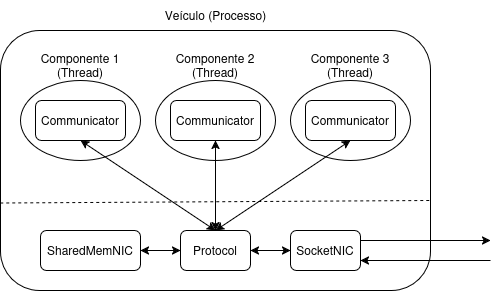
Above: doc/veiculo.png in Vitor-Calegari/sistemas-operacionais-II (draw.io), before the change. Source tidied: cells renumbered, new cells last; positions are measured from the earlier drawing's top-left corner, leaving out a move shared by most shapes. Its diagram source:
```xml
<mxGraphModel>
  <root>
    <mxCell id="0" />
    <mxCell id="1" parent="0" />
    <mxCell id="2" style="rounded=1;whiteSpace=wrap;html=1;" parent="1" vertex="1">
      <mxGeometry y="30" width="430" height="260" as="geometry" />
    </mxCell>
    <mxCell id="3" style="ellipse;whiteSpace=wrap;html=1;" parent="1" vertex="1">
      <mxGeometry x="20" y="80" width="120" height="80" as="geometry" />
    </mxCell>
    <mxCell id="4" value="Veículo (Processo)" style="text;html=1;align=center;verticalAlign=middle;whiteSpace=wrap;rounded=0;" parent="1" vertex="1">
      <mxGeometry x="162.5" width="105" height="30" as="geometry" />
    </mxCell>
    <mxCell id="5" value="Protocol" style="rounded=1;whiteSpace=wrap;html=1;" parent="1" vertex="1">
      <mxGeometry x="180" y="230" width="70" height="40" as="geometry" />
    </mxCell>
    <mxCell id="6" value="SocketNIC" style="rounded=1;whiteSpace=wrap;html=1;" parent="1" vertex="1">
      <mxGeometry x="290" y="230" width="70" height="40" as="geometry" />
    </mxCell>
    <mxCell id="7" value="SharedMemNIC" style="rounded=1;whiteSpace=wrap;html=1;" parent="1" vertex="1">
      <mxGeometry x="40" y="230" width="100" height="40" as="geometry" />
    </mxCell>
    <mxCell id="8" value="Communicator" style="rounded=1;whiteSpace=wrap;html=1;" parent="1" vertex="1">
      <mxGeometry x="35" y="100" width="90" height="40" as="geometry" />
    </mxCell>
    <mxCell id="9" value="Componente 1 (Thread)" style="text;html=1;align=center;verticalAlign=middle;whiteSpace=wrap;rounded=0;" parent="1" vertex="1">
      <mxGeometry x="35" y="50" width="90" height="30" as="geometry" />
    </mxCell>
    <mxCell id="10" style="ellipse;whiteSpace=wrap;html=1;" parent="1" vertex="1">
      <mxGeometry x="155" y="80" width="120" height="80" as="geometry" />
    </mxCell>
    <mxCell id="11" value="Communicator" style="rounded=1;whiteSpace=wrap;html=1;" parent="1" vertex="1">
      <mxGeometry x="170" y="100" width="90" height="40" as="geometry" />
    </mxCell>
    <mxCell id="12" value="Componente 2 (Thread)" style="text;html=1;align=center;verticalAlign=middle;whiteSpace=wrap;rounded=0;" parent="1" vertex="1">
      <mxGeometry x="170" y="50" width="90" height="30" as="geometry" />
    </mxCell>
    <mxCell id="13" style="ellipse;whiteSpace=wrap;html=1;" parent="1" vertex="1">
      <mxGeometry x="290" y="80" width="120" height="80" as="geometry" />
    </mxCell>
    <mxCell id="14" value="Communicator" style="rounded=1;whiteSpace=wrap;html=1;" parent="1" vertex="1">
      <mxGeometry x="305" y="100" width="90" height="40" as="geometry" />
    </mxCell>
    <mxCell id="15" value="Componente 3 (Thread)" style="text;html=1;align=center;verticalAlign=middle;whiteSpace=wrap;rounded=0;" parent="1" vertex="1">
      <mxGeometry x="305" y="50" width="90" height="30" as="geometry" />
    </mxCell>
    <mxCell id="16" style="endArrow=classic;startArrow=classic;html=1;rounded=0;entryX=0.5;entryY=1;entryDx=0;entryDy=0;exitX=0.5;exitY=0;exitDx=0;exitDy=0;" parent="1" edge="1" source="5" target="8">
      <mxGeometry relative="1" as="geometry" />
    </mxCell>
    <mxCell id="17" style="endArrow=classic;startArrow=classic;html=1;rounded=0;entryX=0.5;entryY=1;entryDx=0;entryDy=0;exitX=0.5;exitY=0;exitDx=0;exitDy=0;" parent="1" edge="1" source="5" target="11">
      <mxGeometry relative="1" as="geometry" />
    </mxCell>
    <mxCell id="18" style="endArrow=classic;startArrow=classic;html=1;rounded=0;entryX=0.5;entryY=1;entryDx=0;entryDy=0;exitX=0.5;exitY=0;exitDx=0;exitDy=0;" parent="1" edge="1" source="5" target="14">
      <mxGeometry relative="1" as="geometry" />
    </mxCell>
    <mxCell id="19" style="endArrow=none;dashed=1;html=1;rounded=0;entryX=0.999;entryY=0.619;entryDx=0;entryDy=0;entryPerimeter=0;exitX=-0.002;exitY=0.628;exitDx=0;exitDy=0;exitPerimeter=0;" parent="1" edge="1">
      <mxGeometry relative="1" as="geometry">
        <mxPoint x="-0.2" y="202.5" as="sourcePoint" />
        <mxPoint x="430.2" y="200" as="targetPoint" />
      </mxGeometry>
    </mxCell>
    <mxCell id="20" style="endArrow=classic;startArrow=classic;html=1;rounded=0;entryX=0;entryY=0.5;entryDx=0;entryDy=0;exitX=1;exitY=0.5;exitDx=0;exitDy=0;" parent="1" edge="1" source="7" target="5">
      <mxGeometry relative="1" as="geometry" />
    </mxCell>
    <mxCell id="21" style="endArrow=classic;startArrow=classic;html=1;rounded=0;entryX=1;entryY=0.5;entryDx=0;entryDy=0;exitX=0;exitY=0.5;exitDx=0;exitDy=0;" parent="1" edge="1" source="6" target="5">
      <mxGeometry relative="1" as="geometry" />
    </mxCell>
    <mxCell id="22" style="endArrow=classic;html=1;rounded=0;exitX=1;exitY=0.25;exitDx=0;exitDy=0;" parent="1" edge="1" source="6">
      <mxGeometry relative="1" as="geometry">
        <mxPoint x="490" y="240" as="targetPoint" />
      </mxGeometry>
    </mxCell>
    <mxCell id="23" style="endArrow=classic;html=1;rounded=0;entryX=1;entryY=0.75;entryDx=0;entryDy=0;" parent="1" edge="1" target="6">
      <mxGeometry relative="1" as="geometry">
        <mxPoint x="490" y="260" as="sourcePoint" />
      </mxGeometry>
    </mxCell>
  </root>
</mxGraphModel>
```
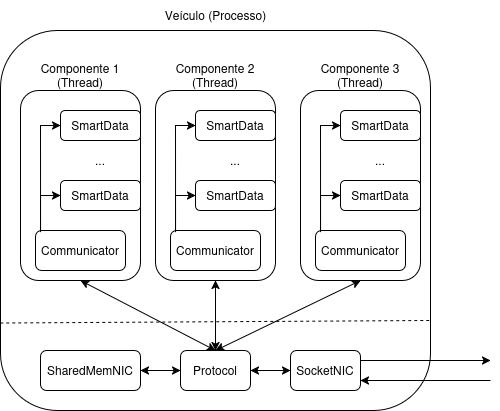
Later version of the same file.

Commit message:
Adiciona print de debug e atualiza png do veiculo

The edit, as a diff of the source:
```diff
@@ -3,13 +3,13 @@
     <mxCell id="0" />
     <mxCell id="1" parent="0" />
     <mxCell id="2" style="rounded=1;whiteSpace=wrap;html=1;" parent="1" vertex="1">
-      <mxGeometry y="30" width="430" height="260" as="geometry" />
+      <mxGeometry y="-90" width="430" height="380" as="geometry" />
     </mxCell>
-    <mxCell id="3" style="ellipse;whiteSpace=wrap;html=1;" parent="1" vertex="1">
-      <mxGeometry x="20" y="80" width="120" height="80" as="geometry" />
-    </mxCell>
+    <mxCell id="24" style="rounded=1;whiteSpace=wrap;html=1;" parent="1" vertex="1">
+      <mxGeometry x="20" y="-30" width="120" height="190" as="geometry" />
+    </mxCell>
     <mxCell id="4" value="Veículo (Processo)" style="text;html=1;align=center;verticalAlign=middle;whiteSpace=wrap;rounded=0;" parent="1" vertex="1">
-      <mxGeometry x="162.5" width="105" height="30" as="geometry" />
+      <mxGeometry x="162.5" y="-120" width="105" height="30" as="geometry" />
     </mxCell>
     <mxCell id="5" value="Protocol" style="rounded=1;whiteSpace=wrap;html=1;" parent="1" vertex="1">
       <mxGeometry x="180" y="230" width="70" height="40" as="geometry" />
@@ -20,37 +20,33 @@
     <mxCell id="7" value="SharedMemNIC" style="rounded=1;whiteSpace=wrap;html=1;" parent="1" vertex="1">
       <mxGeometry x="40" y="230" width="100" height="40" as="geometry" />
     </mxCell>
+    <mxCell id="25" style="edgeStyle=orthogonalEdgeStyle;rounded=0;jettySize=auto;html=1;entryX=0;entryY=0.5;entryDx=0;entryDy=0;exitX=0.25;exitY=0;exitDx=0;exitDy=0;" parent="1" edge="1" source="8" target="26">
+      <mxGeometry relative="1" as="geometry">
+        <Array as="points">
+          <mxPoint x="40" y="110" />
+          <mxPoint x="40" y="75" />
+        </Array>
+      </mxGeometry>
+    </mxCell>
     <mxCell id="8" value="Communicator" style="rounded=1;whiteSpace=wrap;html=1;" parent="1" vertex="1">
-      <mxGeometry x="35" y="100" width="90" height="40" as="geometry" />
+      <mxGeometry x="35" y="110" width="90" height="40" as="geometry" />
     </mxCell>
     <mxCell id="9" value="Componente 1 (Thread)" style="text;html=1;align=center;verticalAlign=middle;whiteSpace=wrap;rounded=0;" parent="1" vertex="1">
-      <mxGeometry x="35" y="50" width="90" height="30" as="geometry" />
+      <mxGeometry x="35" y="-60" width="90" height="30" as="geometry" />
     </mxCell>
-    <mxCell id="10" style="ellipse;whiteSpace=wrap;html=1;" parent="1" vertex="1">
-      <mxGeometry x="155" y="80" width="120" height="80" as="geometry" />
-    </mxCell>
-    <mxCell id="11" value="Communicator" style="rounded=1;whiteSpace=wrap;html=1;" parent="1" vertex="1">
-      <mxGeometry x="170" y="100" width="90" height="40" as="geometry" />
-    </mxCell>
     <mxCell id="12" value="Componente 2 (Thread)" style="text;html=1;align=center;verticalAlign=middle;whiteSpace=wrap;rounded=0;" parent="1" vertex="1">
-      <mxGeometry x="170" y="50" width="90" height="30" as="geometry" />
+      <mxGeometry x="170" y="-60" width="90" height="30" as="geometry" />
     </mxCell>
-    <mxCell id="13" style="ellipse;whiteSpace=wrap;html=1;" parent="1" vertex="1">
-      <mxGeometry x="290" y="80" width="120" height="80" as="geometry" />
-    </mxCell>
-    <mxCell id="14" value="Communicator" style="rounded=1;whiteSpace=wrap;html=1;" parent="1" vertex="1">
-      <mxGeometry x="305" y="100" width="90" height="40" as="geometry" />
-    </mxCell>
     <mxCell id="15" value="Componente 3 (Thread)" style="text;html=1;align=center;verticalAlign=middle;whiteSpace=wrap;rounded=0;" parent="1" vertex="1">
-      <mxGeometry x="305" y="50" width="90" height="30" as="geometry" />
+      <mxGeometry x="315" y="-60" width="90" height="30" as="geometry" />
     </mxCell>
-    <mxCell id="16" style="endArrow=classic;startArrow=classic;html=1;rounded=0;entryX=0.5;entryY=1;entryDx=0;entryDy=0;exitX=0.5;exitY=0;exitDx=0;exitDy=0;" parent="1" edge="1" source="5" target="8">
+    <mxCell id="16" style="endArrow=classic;startArrow=classic;html=1;rounded=0;entryX=0.5;entryY=1;entryDx=0;entryDy=0;exitX=0.5;exitY=0;exitDx=0;exitDy=0;" parent="1" edge="1" source="5" target="24">
       <mxGeometry relative="1" as="geometry" />
     </mxCell>
-    <mxCell id="17" style="endArrow=classic;startArrow=classic;html=1;rounded=0;entryX=0.5;entryY=1;entryDx=0;entryDy=0;exitX=0.5;exitY=0;exitDx=0;exitDy=0;" parent="1" edge="1" source="5" target="11">
+    <mxCell id="17" style="endArrow=classic;startArrow=classic;html=1;rounded=0;entryX=0.5;entryY=1;entryDx=0;entryDy=0;exitX=0.5;exitY=0;exitDx=0;exitDy=0;" parent="1" edge="1" source="5" target="30">
       <mxGeometry relative="1" as="geometry" />
     </mxCell>
-    <mxCell id="18" style="endArrow=classic;startArrow=classic;html=1;rounded=0;entryX=0.5;entryY=1;entryDx=0;entryDy=0;exitX=0.5;exitY=0;exitDx=0;exitDy=0;" parent="1" edge="1" source="5" target="14">
+    <mxCell id="18" style="endArrow=classic;startArrow=classic;html=1;rounded=0;entryX=0.5;entryY=1;entryDx=0;entryDy=0;exitX=0.5;exitY=0;exitDx=0;exitDy=0;" parent="1" edge="1" source="5" target="37">
       <mxGeometry relative="1" as="geometry" />
     </mxCell>
     <mxCell id="19" style="endArrow=none;dashed=1;html=1;rounded=0;entryX=0.999;entryY=0.619;entryDx=0;entryDy=0;entryPerimeter=0;exitX=-0.002;exitY=0.628;exitDx=0;exitDy=0;exitPerimeter=0;" parent="1" edge="1">
@@ -75,5 +71,81 @@
         <mxPoint x="490" y="260" as="sourcePoint" />
       </mxGeometry>
     </mxCell>
+    <mxCell id="26" value="SmartData" style="rounded=1;whiteSpace=wrap;html=1;" parent="1" vertex="1">
+      <mxGeometry x="60" y="60" width="80" height="30" as="geometry" />
+    </mxCell>
+    <mxCell id="27" value="SmartData" style="rounded=1;whiteSpace=wrap;html=1;" parent="1" vertex="1">
+      <mxGeometry x="60" y="-10" width="80" height="30" as="geometry" />
+    </mxCell>
+    <mxCell id="28" style="endArrow=classic;html=1;rounded=0;entryX=0;entryY=0.5;entryDx=0;entryDy=0;exitX=0.056;exitY=0.042;exitDx=0;exitDy=0;exitPerimeter=0;" parent="1" edge="1" source="8" target="27">
+      <mxGeometry relative="1" as="geometry">
+        <Array as="points">
+          <mxPoint x="40" y="5" />
+        </Array>
+      </mxGeometry>
+    </mxCell>
+    <mxCell id="29" value="..." style="text;html=1;align=center;verticalAlign=middle;whiteSpace=wrap;rounded=0;" parent="1" vertex="1">
+      <mxGeometry x="70" y="20" width="60" height="40" as="geometry" />
+    </mxCell>
+    <mxCell id="30" style="rounded=1;whiteSpace=wrap;html=1;" parent="1" vertex="1">
+      <mxGeometry x="155" y="-30" width="120" height="190" as="geometry" />
+    </mxCell>
+    <mxCell id="31" style="edgeStyle=orthogonalEdgeStyle;rounded=0;jettySize=auto;html=1;entryX=0;entryY=0.5;entryDx=0;entryDy=0;exitX=0.25;exitY=0;exitDx=0;exitDy=0;" parent="1" edge="1" source="32" target="33">
+      <mxGeometry relative="1" as="geometry">
+        <Array as="points">
+          <mxPoint x="175" y="110" />
+          <mxPoint x="175" y="75" />
+        </Array>
+      </mxGeometry>
+    </mxCell>
+    <mxCell id="32" value="Communicator" style="rounded=1;whiteSpace=wrap;html=1;" parent="1" vertex="1">
+      <mxGeometry x="170" y="110" width="90" height="40" as="geometry" />
+    </mxCell>
+    <mxCell id="33" value="SmartData" style="rounded=1;whiteSpace=wrap;html=1;" parent="1" vertex="1">
+      <mxGeometry x="195" y="60" width="80" height="30" as="geometry" />
+    </mxCell>
+    <mxCell id="34" value="SmartData" style="rounded=1;whiteSpace=wrap;html=1;" parent="1" vertex="1">
+      <mxGeometry x="195" y="-10" width="80" height="30" as="geometry" />
+    </mxCell>
+    <mxCell id="35" style="endArrow=classic;html=1;rounded=0;entryX=0;entryY=0.5;entryDx=0;entryDy=0;exitX=0.056;exitY=0.042;exitDx=0;exitDy=0;exitPerimeter=0;" parent="1" edge="1" source="32" target="34">
+      <mxGeometry relative="1" as="geometry">
+        <Array as="points">
+          <mxPoint x="175" y="5" />
+        </Array>
+      </mxGeometry>
+    </mxCell>
+    <mxCell id="36" value="..." style="text;html=1;align=center;verticalAlign=middle;whiteSpace=wrap;rounded=0;" parent="1" vertex="1">
+      <mxGeometry x="205" y="20" width="60" height="40" as="geometry" />
+    </mxCell>
+    <mxCell id="37" style="rounded=1;whiteSpace=wrap;html=1;" parent="1" vertex="1">
+      <mxGeometry x="300" y="-30" width="120" height="190" as="geometry" />
+    </mxCell>
+    <mxCell id="38" style="edgeStyle=orthogonalEdgeStyle;rounded=0;jettySize=auto;html=1;entryX=0;entryY=0.5;entryDx=0;entryDy=0;exitX=0.25;exitY=0;exitDx=0;exitDy=0;" parent="1" edge="1" source="39" target="40">
+      <mxGeometry relative="1" as="geometry">
+        <Array as="points">
+          <mxPoint x="320" y="110" />
+          <mxPoint x="320" y="75" />
+        </Array>
+      </mxGeometry>
+    </mxCell>
+    <mxCell id="39" value="Communicator" style="rounded=1;whiteSpace=wrap;html=1;" parent="1" vertex="1">
+      <mxGeometry x="315" y="110" width="90" height="40" as="geometry" />
+    </mxCell>
+    <mxCell id="40" value="SmartData" style="rounded=1;whiteSpace=wrap;html=1;" parent="1" vertex="1">
+      <mxGeometry x="340" y="60" width="80" height="30" as="geometry" />
+    </mxCell>
+    <mxCell id="41" value="SmartData" style="rounded=1;whiteSpace=wrap;html=1;" parent="1" vertex="1">
+      <mxGeometry x="340" y="-10" width="80" height="30" as="geometry" />
+    </mxCell>
+    <mxCell id="42" style="endArrow=classic;html=1;rounded=0;entryX=0;entryY=0.5;entryDx=0;entryDy=0;exitX=0.056;exitY=0.042;exitDx=0;exitDy=0;exitPerimeter=0;" parent="1" edge="1" source="39" target="41">
+      <mxGeometry relative="1" as="geometry">
+        <Array as="points">
+          <mxPoint x="320" y="5" />
+        </Array>
+      </mxGeometry>
+    </mxCell>
+    <mxCell id="43" value="..." style="text;html=1;align=center;verticalAlign=middle;whiteSpace=wrap;rounded=0;" parent="1" vertex="1">
+      <mxGeometry x="350" y="20" width="60" height="40" as="geometry" />
+    </mxCell>
   </root>
 </mxGraphModel>
```
